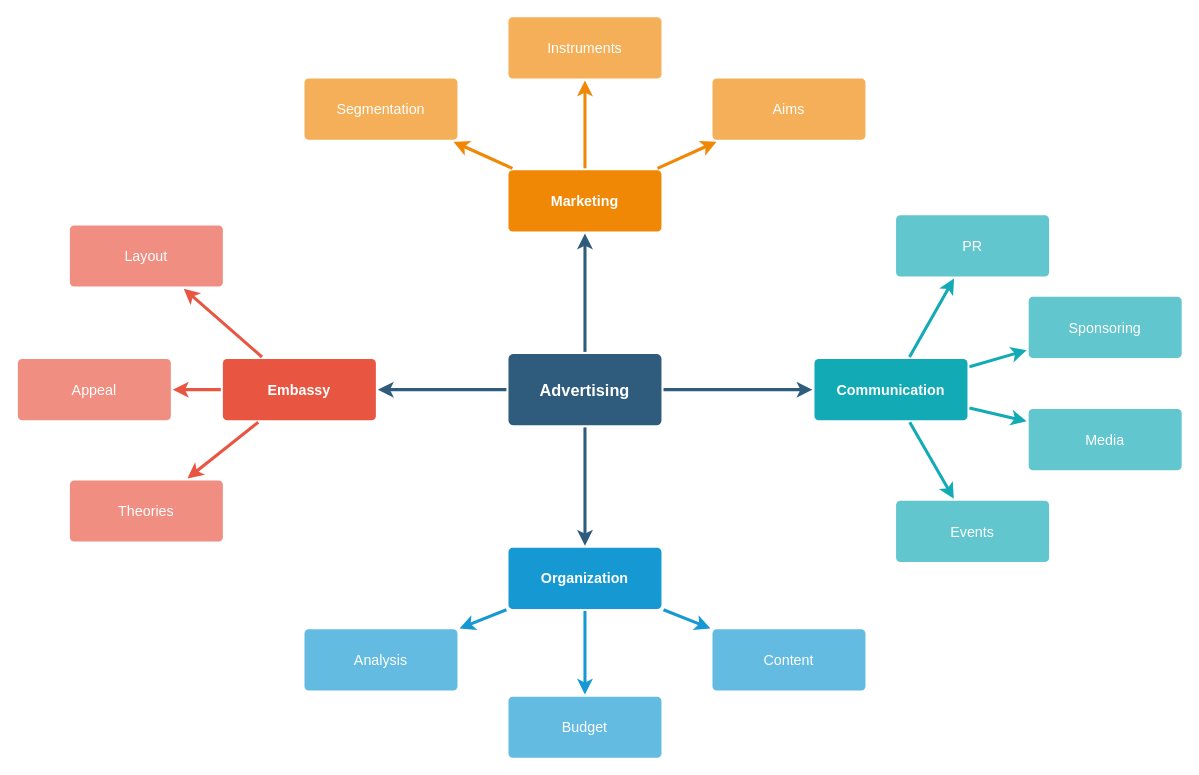
The draw.io diagram Week 8.drawio in luotn/CN6007, before the edit. Source tidied: cells renumbered, new cells numbered last; positions are measured from the earlier drawing's top-left corner, leaving out a move shared by most shapes. Both pictures are drawn from the tidied source at 102%, with x=0, y=0 at pixel (17, 16).
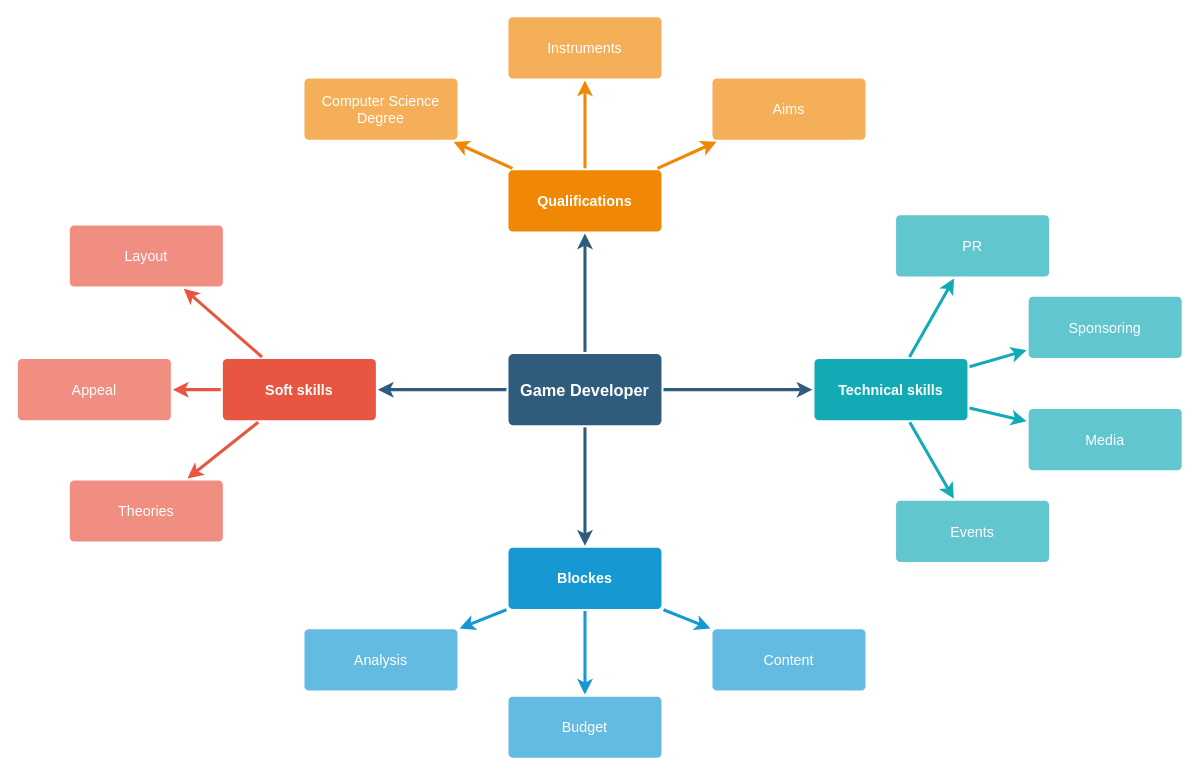
The same diagram, later.

Diff of the diagram source:
```diff
@@
-    <mxCell id="6" value="Advertising" style="rounded=1;whiteSpace=wrap;html=1;shadow=0;labelBackgroundColor=none;strokeColor=none;strokeWidth=3;fillColor=#2F5B7C;fontFamily=Helvetica;fontSize=16;fontColor=#FFFFFF;align=center;fontStyle=1;spacing=5;arcSize=7;perimeterSpacing=2;" parent="1" vertex="1">
+    <mxCell id="6" value="Game Developer" style="rounded=1;whiteSpace=wrap;html=1;shadow=0;labelBackgroundColor=none;strokeColor=none;strokeWidth=3;fillColor=#2F5B7C;fontFamily=Helvetica;fontSize=16;fontColor=#FFFFFF;align=center;fontStyle=1;spacing=5;arcSize=7;perimeterSpacing=2;" parent="1" vertex="1">
       <mxGeometry x="481" y="330.5" width="150" height="70" as="geometry" />
     </mxCell>
@@
-    <mxCell id="10" value="Embassy" style="rounded=1;whiteSpace=wrap;html=1;shadow=0;labelBackgroundColor=none;strokeColor=none;strokeWidth=3;fillColor=#e85642;fontFamily=Helvetica;fontSize=14;fontColor=#FFFFFF;align=center;spacing=5;fontStyle=1;arcSize=7;perimeterSpacing=2;" parent="1" vertex="1">
+    <mxCell id="10" value="Soft skills" style="rounded=1;whiteSpace=wrap;html=1;shadow=0;labelBackgroundColor=none;strokeColor=none;strokeWidth=3;fillColor=#e85642;fontFamily=Helvetica;fontSize=14;fontColor=#FFFFFF;align=center;spacing=5;fontStyle=1;arcSize=7;perimeterSpacing=2;" parent="1" vertex="1">
       <mxGeometry x="201" y="335.5" width="150" height="60" as="geometry" />
     </mxCell>
@@
-    <mxCell id="17" value="Organization" style="rounded=1;whiteSpace=wrap;html=1;shadow=0;labelBackgroundColor=none;strokeColor=none;strokeWidth=3;fillColor=#1699d3;fontFamily=Helvetica;fontSize=14;fontColor=#FFFFFF;align=center;spacing=5;fontStyle=1;arcSize=7;perimeterSpacing=2;" parent="1" vertex="1">
+    <mxCell id="17" value="Blockes" style="rounded=1;whiteSpace=wrap;html=1;shadow=0;labelBackgroundColor=none;strokeColor=none;strokeWidth=3;fillColor=#1699d3;fontFamily=Helvetica;fontSize=14;fontColor=#FFFFFF;align=center;spacing=5;fontStyle=1;arcSize=7;perimeterSpacing=2;" parent="1" vertex="1">
       <mxGeometry x="481" y="520.5" width="150" height="60" as="geometry" />
     </mxCell>
@@
-    <mxCell id="21" value="Marketing" style="rounded=1;whiteSpace=wrap;html=1;shadow=0;labelBackgroundColor=none;strokeColor=none;strokeWidth=3;fillColor=#F08705;fontFamily=Helvetica;fontSize=14;fontColor=#FFFFFF;align=center;spacing=5;fontStyle=1;arcSize=7;perimeterSpacing=2;" parent="1" vertex="1">
+    <mxCell id="21" value="Qualifications" style="rounded=1;whiteSpace=wrap;html=1;shadow=0;labelBackgroundColor=none;strokeColor=none;strokeWidth=3;fillColor=#F08705;fontFamily=Helvetica;fontSize=14;fontColor=#FFFFFF;align=center;spacing=5;fontStyle=1;arcSize=7;perimeterSpacing=2;" parent="1" vertex="1">
       <mxGeometry x="481" y="150.5" width="150" height="60" as="geometry" />
     </mxCell>
@@
-    <mxCell id="26" value="Segmentation" style="rounded=1;whiteSpace=wrap;html=1;shadow=0;labelBackgroundColor=none;strokeColor=none;strokeWidth=3;fillColor=#f5af58;fontFamily=Helvetica;fontSize=14;fontColor=#FFFFFF;align=center;spacing=5;arcSize=7;perimeterSpacing=2;" parent="1" vertex="1">
+    <mxCell id="26" value="Computer Science Degree" style="rounded=1;whiteSpace=wrap;html=1;shadow=0;labelBackgroundColor=none;strokeColor=none;strokeWidth=3;fillColor=#f5af58;fontFamily=Helvetica;fontSize=14;fontColor=#FFFFFF;align=center;spacing=5;arcSize=7;perimeterSpacing=2;" parent="1" vertex="1">
       <mxGeometry x="281" y="60.5" width="150" height="60" as="geometry" />
     </mxCell>
@@
-    <mxCell id="28" value="Communication" style="rounded=1;whiteSpace=wrap;html=1;shadow=0;labelBackgroundColor=none;strokeColor=none;strokeWidth=3;fillColor=#12aab5;fontFamily=Helvetica;fontSize=14;fontColor=#FFFFFF;align=center;spacing=5;fontStyle=1;arcSize=7;perimeterSpacing=2;" parent="1" vertex="1">
+    <mxCell id="28" value="Technical skills" style="rounded=1;whiteSpace=wrap;html=1;shadow=0;labelBackgroundColor=none;strokeColor=none;strokeWidth=3;fillColor=#12aab5;fontFamily=Helvetica;fontSize=14;fontColor=#FFFFFF;align=center;spacing=5;fontStyle=1;arcSize=7;perimeterSpacing=2;" parent="1" vertex="1">
       <mxGeometry x="781" y="335.5" width="150" height="60" as="geometry" />
     </mxCell>
```
